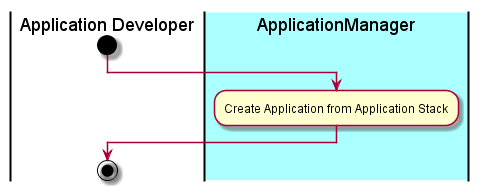
CAADE/C3 keeps this PlantUML diagram as design/UseCases/RunApplication/Activities.png. Above is the earlier version. Source of this version:
```plantuml
@startuml
|Application Developer|
start
|#aaffff|ApplicationManager|
:Create Application from Application Stack;
|Application Developer|
stop
@enduml
```
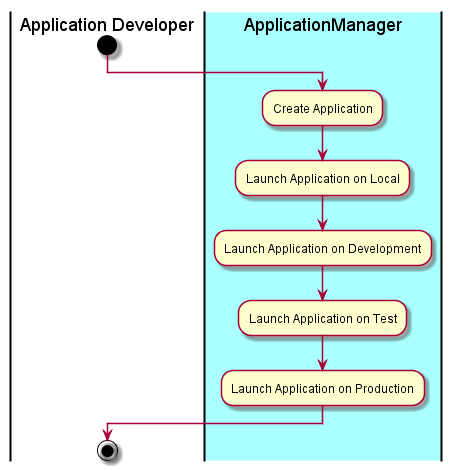
The same diagram one commit later.

Change to the diagram source:
```diff
@@ -2,7 +2,11 @@
 |Application Developer|
 start
 |#aaffff|ApplicationManager|
-:Create Application from Application Stack;
+:Create Application;
+:Launch Application on Local;
+:Launch Application on Development;
+:Launch Application on Test;
+:Launch Application on Production;
 |Application Developer|
 stop
 @enduml
```
